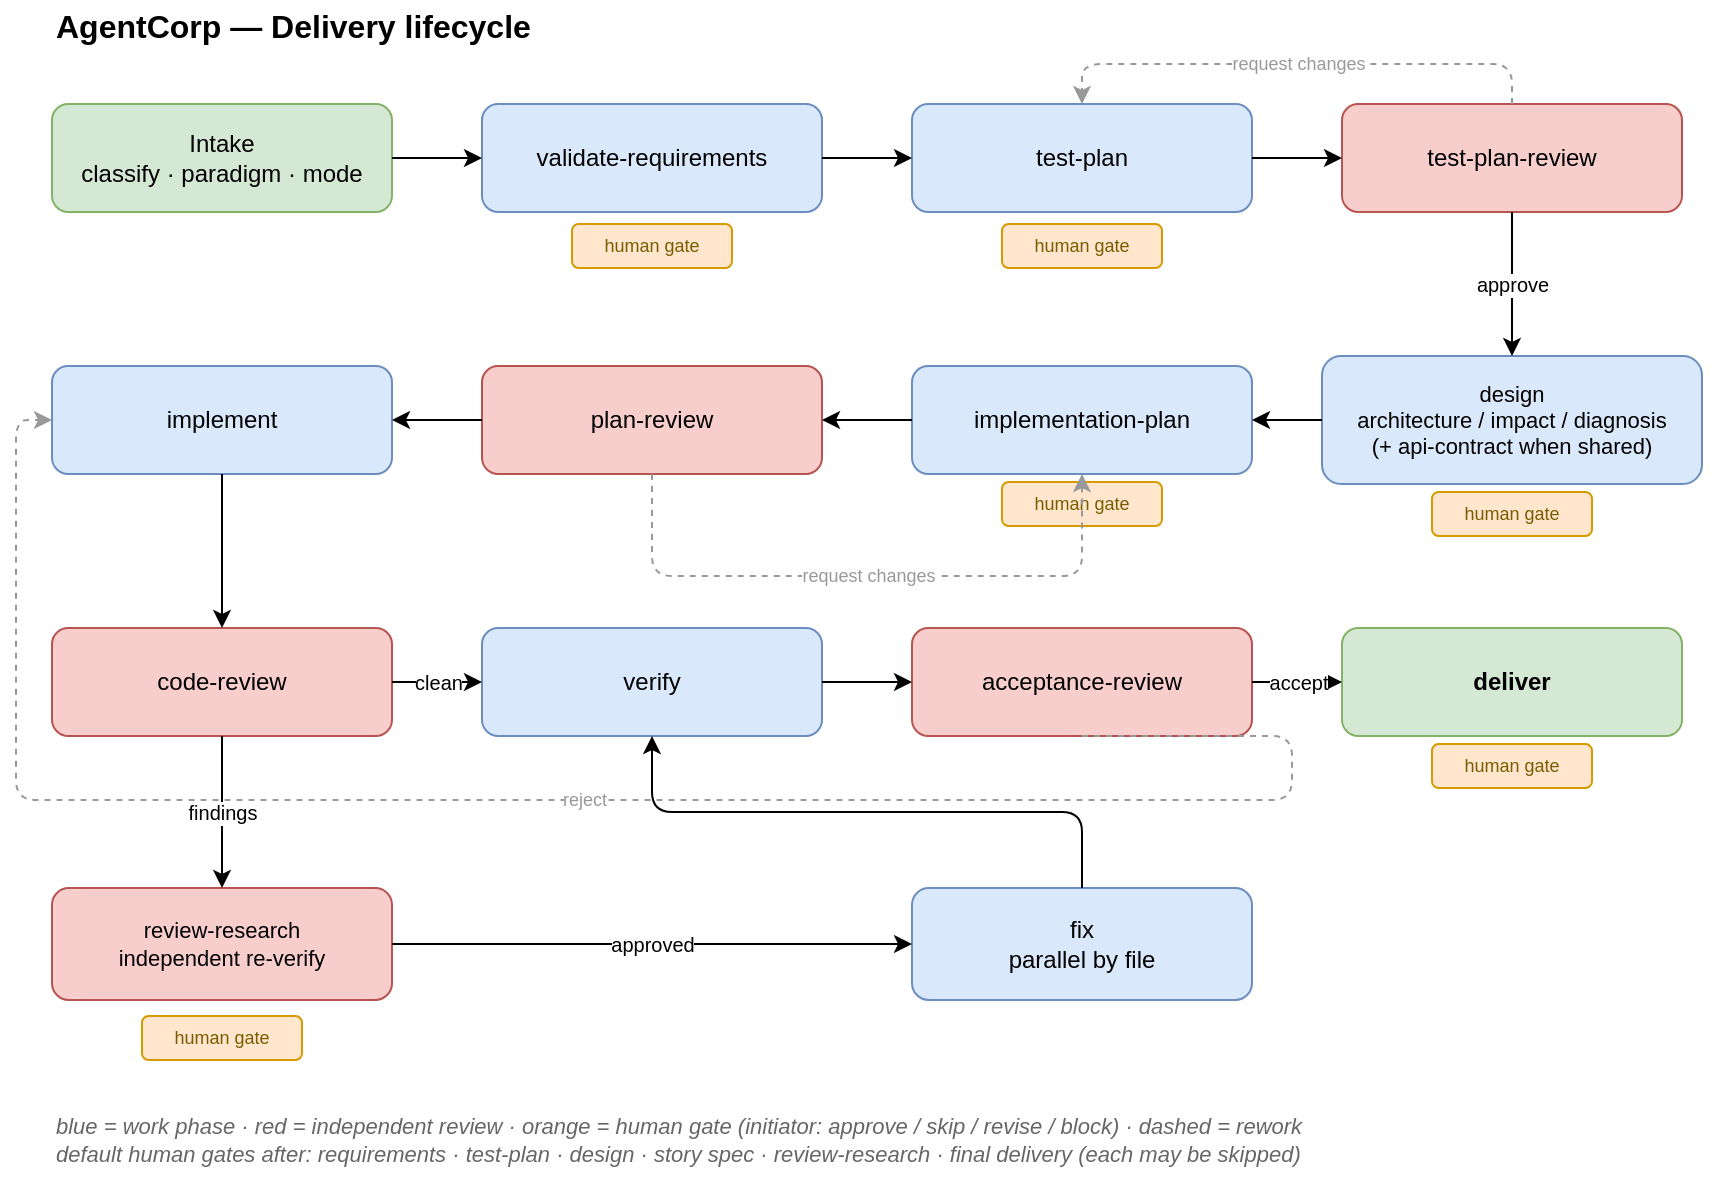
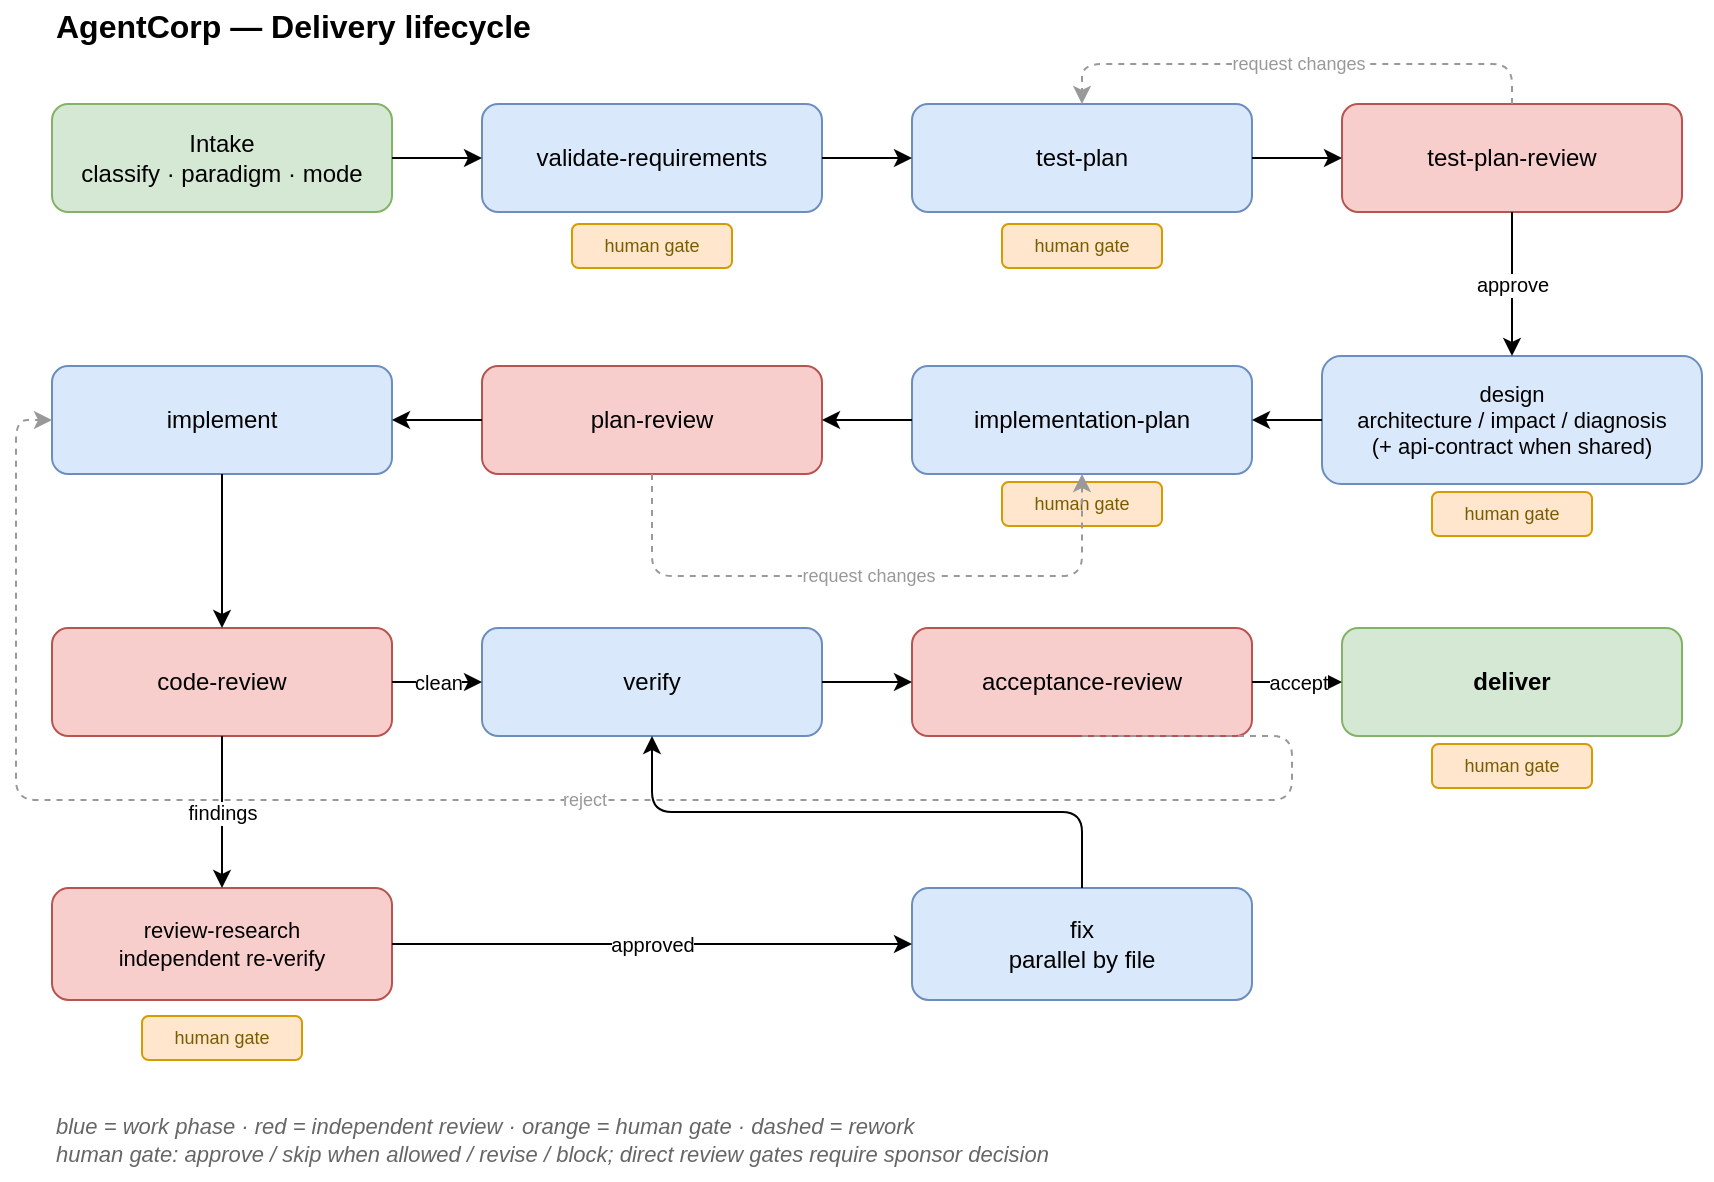
<mxGraphModel dx="900" dy="700" grid="1" gridSize="10" guides="1" tooltips="1" connect="1" arrows="1" fold="1" page="1" pageScale="1" pageWidth="900" pageHeight="610" math="0" shadow="0">
  <root>
    <mxCell id="0"/>
    <mxCell id="1" parent="0"/>
    <mxCell id="title" value="AgentCorp — Delivery lifecycle" style="text;html=1;align=left;verticalAlign=middle;fontSize=16;fontStyle=1;" vertex="1" parent="1"><mxGeometry x="40" y="12" width="500" height="26" as="geometry"/></mxCell>
    <mxCell id="intake" value="Intake&#10;classify · paradigm · mode" style="rounded=1;whiteSpace=wrap;html=1;fillColor=#d5e8d4;strokeColor=#82b366;fontSize=12;" vertex="1" parent="1"><mxGeometry x="40" y="64" width="170" height="54" as="geometry"/></mxCell>
    <mxCell id="req" value="validate-requirements" style="rounded=1;whiteSpace=wrap;html=1;fillColor=#dae8fc;strokeColor=#6c8ebf;fontSize=12;" vertex="1" parent="1"><mxGeometry x="255" y="64" width="170" height="54" as="geometry"/></mxCell>
    <mxCell id="tp" value="test-plan" style="rounded=1;whiteSpace=wrap;html=1;fillColor=#dae8fc;strokeColor=#6c8ebf;fontSize=12;" vertex="1" parent="1"><mxGeometry x="470" y="64" width="170" height="54" as="geometry"/></mxCell>
    <mxCell id="tpr" value="test-plan-review" style="rounded=1;whiteSpace=wrap;html=1;fillColor=#f8cecc;strokeColor=#b85450;fontSize=12;" vertex="1" parent="1"><mxGeometry x="685" y="64" width="170" height="54" as="geometry"/></mxCell>
    <mxCell id="design" value="design&#10;architecture / impact / diagnosis&#10;(+ api-contract when shared)" style="rounded=1;whiteSpace=wrap;html=1;fillColor=#dae8fc;strokeColor=#6c8ebf;fontSize=11;" vertex="1" parent="1"><mxGeometry x="675" y="190" width="190" height="64" as="geometry"/></mxCell>
    <mxCell id="iplan" value="implementation-plan" style="rounded=1;whiteSpace=wrap;html=1;fillColor=#dae8fc;strokeColor=#6c8ebf;fontSize=12;" vertex="1" parent="1"><mxGeometry x="470" y="195" width="170" height="54" as="geometry"/></mxCell>
    <mxCell id="pr" value="plan-review" style="rounded=1;whiteSpace=wrap;html=1;fillColor=#f8cecc;strokeColor=#b85450;fontSize=12;" vertex="1" parent="1"><mxGeometry x="255" y="195" width="170" height="54" as="geometry"/></mxCell>
    <mxCell id="impl" value="implement" style="rounded=1;whiteSpace=wrap;html=1;fillColor=#dae8fc;strokeColor=#6c8ebf;fontSize=12;" vertex="1" parent="1"><mxGeometry x="40" y="195" width="170" height="54" as="geometry"/></mxCell>
    <mxCell id="cr" value="code-review" style="rounded=1;whiteSpace=wrap;html=1;fillColor=#f8cecc;strokeColor=#b85450;fontSize=12;" vertex="1" parent="1"><mxGeometry x="40" y="326" width="170" height="54" as="geometry"/></mxCell>
    <mxCell id="verify" value="verify" style="rounded=1;whiteSpace=wrap;html=1;fillColor=#dae8fc;strokeColor=#6c8ebf;fontSize=12;" vertex="1" parent="1"><mxGeometry x="255" y="326" width="170" height="54" as="geometry"/></mxCell>
    <mxCell id="acc" value="acceptance-review" style="rounded=1;whiteSpace=wrap;html=1;fillColor=#f8cecc;strokeColor=#b85450;fontSize=12;" vertex="1" parent="1"><mxGeometry x="470" y="326" width="170" height="54" as="geometry"/></mxCell>
    <mxCell id="deliver" value="deliver" style="rounded=1;whiteSpace=wrap;html=1;fillColor=#d5e8d4;strokeColor=#82b366;fontSize=12;fontStyle=1;" vertex="1" parent="1"><mxGeometry x="685" y="326" width="170" height="54" as="geometry"/></mxCell>
    <mxCell id="rr" value="review-research&#10;independent re-verify" style="rounded=1;whiteSpace=wrap;html=1;fillColor=#f8cecc;strokeColor=#b85450;fontSize=11;" vertex="1" parent="1"><mxGeometry x="40" y="456" width="170" height="56" as="geometry"/></mxCell>
    <mxCell id="fix" value="fix&#10;parallel by file" style="rounded=1;whiteSpace=wrap;html=1;fillColor=#dae8fc;strokeColor=#6c8ebf;fontSize=12;" vertex="1" parent="1"><mxGeometry x="470" y="456" width="170" height="56" as="geometry"/></mxCell>
    <mxCell id="hgreq" value="human gate" style="rounded=1;whiteSpace=wrap;html=1;fillColor=#ffe6cc;strokeColor=#d79b00;fontSize=9;fontColor=#7a5b00;" vertex="1" parent="1"><mxGeometry x="300" y="124" width="80" height="22" as="geometry"/></mxCell>
    <mxCell id="hgtp" value="human gate" style="rounded=1;whiteSpace=wrap;html=1;fillColor=#ffe6cc;strokeColor=#d79b00;fontSize=9;fontColor=#7a5b00;" vertex="1" parent="1"><mxGeometry x="515" y="124" width="80" height="22" as="geometry"/></mxCell>
    <mxCell id="hgdesign" value="human gate" style="rounded=1;whiteSpace=wrap;html=1;fillColor=#ffe6cc;strokeColor=#d79b00;fontSize=9;fontColor=#7a5b00;" vertex="1" parent="1"><mxGeometry x="730" y="258" width="80" height="22" as="geometry"/></mxCell>
    <mxCell id="hgiplan" value="human gate" style="rounded=1;whiteSpace=wrap;html=1;fillColor=#ffe6cc;strokeColor=#d79b00;fontSize=9;fontColor=#7a5b00;" vertex="1" parent="1"><mxGeometry x="515" y="253" width="80" height="22" as="geometry"/></mxCell>
    <mxCell id="hgdeliver" value="human gate" style="rounded=1;whiteSpace=wrap;html=1;fillColor=#ffe6cc;strokeColor=#d79b00;fontSize=9;fontColor=#7a5b00;" vertex="1" parent="1"><mxGeometry x="730" y="384" width="80" height="22" as="geometry"/></mxCell>
    <mxCell id="hgrr" value="human gate" style="rounded=1;whiteSpace=wrap;html=1;fillColor=#ffe6cc;strokeColor=#d79b00;fontSize=9;fontColor=#7a5b00;" vertex="1" parent="1"><mxGeometry x="85" y="520" width="80" height="22" as="geometry"/></mxCell>
-     <mxCell id="legend" value="blue = work phase   ·   red = independent review   ·   orange = human gate (initiator: approve / skip / revise / block)   ·   dashed = rework&#10;default human gates after: requirements · test-plan · design · story spec · review-research · final delivery (each may be skipped)" style="text;html=1;align=left;verticalAlign=middle;fontSize=11;fontStyle=2;fontColor=#666666;" vertex="1" parent="1"><mxGeometry x="40" y="562" width="830" height="40" as="geometry"/></mxCell>
+     <mxCell id="legend" value="blue = work phase   ·   red = independent review   ·   orange = human gate   ·   dashed = rework&#10;human gate: approve / skip when allowed / revise / block; direct review gates require sponsor decision" style="text;html=1;align=left;verticalAlign=middle;fontSize=11;fontStyle=2;fontColor=#666666;" vertex="1" parent="1"><mxGeometry x="40" y="562" width="830" height="40" as="geometry"/></mxCell>
    <mxCell id="e1" style="edgeStyle=orthogonalEdgeStyle;rounded=1;html=1;endArrow=classic;exitX=1;exitY=0.5;entryX=0;entryY=0.5;" edge="1" parent="1" source="intake" target="req"><mxGeometry relative="1" as="geometry"/></mxCell>
    <mxCell id="e2" style="edgeStyle=orthogonalEdgeStyle;rounded=1;html=1;endArrow=classic;exitX=1;exitY=0.5;entryX=0;entryY=0.5;" edge="1" parent="1" source="req" target="tp"><mxGeometry relative="1" as="geometry"/></mxCell>
    <mxCell id="e3" style="edgeStyle=orthogonalEdgeStyle;rounded=1;html=1;endArrow=classic;exitX=1;exitY=0.5;entryX=0;entryY=0.5;" edge="1" parent="1" source="tp" target="tpr"><mxGeometry relative="1" as="geometry"/></mxCell>
    <mxCell id="e4" value="approve" style="edgeStyle=orthogonalEdgeStyle;rounded=1;html=1;endArrow=classic;exitX=0.5;exitY=1;entryX=0.5;entryY=0;fontSize=10;" edge="1" parent="1" source="tpr" target="design"><mxGeometry relative="1" as="geometry"/></mxCell>
    <mxCell id="e5" style="edgeStyle=orthogonalEdgeStyle;rounded=1;html=1;endArrow=classic;exitX=0;exitY=0.5;entryX=1;entryY=0.5;" edge="1" parent="1" source="design" target="iplan"><mxGeometry relative="1" as="geometry"/></mxCell>
    <mxCell id="e6" style="edgeStyle=orthogonalEdgeStyle;rounded=1;html=1;endArrow=classic;exitX=0;exitY=0.5;entryX=1;entryY=0.5;" edge="1" parent="1" source="iplan" target="pr"><mxGeometry relative="1" as="geometry"/></mxCell>
    <mxCell id="e7" style="edgeStyle=orthogonalEdgeStyle;rounded=1;html=1;endArrow=classic;exitX=0;exitY=0.5;entryX=1;entryY=0.5;" edge="1" parent="1" source="pr" target="impl"><mxGeometry relative="1" as="geometry"/></mxCell>
    <mxCell id="e8" style="edgeStyle=orthogonalEdgeStyle;rounded=1;html=1;endArrow=classic;exitX=0.5;exitY=1;entryX=0.5;entryY=0;" edge="1" parent="1" source="impl" target="cr"><mxGeometry relative="1" as="geometry"/></mxCell>
    <mxCell id="e9" value="clean" style="edgeStyle=orthogonalEdgeStyle;rounded=1;html=1;endArrow=classic;exitX=1;exitY=0.5;entryX=0;entryY=0.5;fontSize=10;" edge="1" parent="1" source="cr" target="verify"><mxGeometry relative="1" as="geometry"/></mxCell>
    <mxCell id="e10" style="edgeStyle=orthogonalEdgeStyle;rounded=1;html=1;endArrow=classic;exitX=1;exitY=0.5;entryX=0;entryY=0.5;" edge="1" parent="1" source="verify" target="acc"><mxGeometry relative="1" as="geometry"/></mxCell>
    <mxCell id="e11" value="accept" style="edgeStyle=orthogonalEdgeStyle;rounded=1;html=1;endArrow=classic;exitX=1;exitY=0.5;entryX=0;entryY=0.5;fontSize=10;" edge="1" parent="1" source="acc" target="deliver"><mxGeometry relative="1" as="geometry"/></mxCell>
    <mxCell id="e12" value="findings" style="edgeStyle=orthogonalEdgeStyle;rounded=1;html=1;endArrow=classic;exitX=0.5;exitY=1;entryX=0.5;entryY=0;fontSize=10;" edge="1" parent="1" source="cr" target="rr"><mxGeometry relative="1" as="geometry"/></mxCell>
    <mxCell id="e13" value="approved" style="edgeStyle=orthogonalEdgeStyle;rounded=1;html=1;endArrow=classic;exitX=1;exitY=0.5;entryX=0;entryY=0.5;fontSize=10;" edge="1" parent="1" source="rr" target="fix"><mxGeometry relative="1" as="geometry"/></mxCell>
    <mxCell id="e15" style="edgeStyle=orthogonalEdgeStyle;rounded=1;html=1;endArrow=classic;exitX=0.5;exitY=0;entryX=0.5;entryY=1;" edge="1" parent="1" source="fix" target="verify"><mxGeometry relative="1" as="geometry"/></mxCell>
    <mxCell id="l1" value="request changes" style="edgeStyle=orthogonalEdgeStyle;rounded=1;html=1;endArrow=classic;dashed=1;strokeColor=#999999;fontColor=#999999;exitX=0.5;exitY=0;entryX=0.5;entryY=0;fontSize=9;" edge="1" parent="1" source="tpr" target="tp"><mxGeometry relative="1" as="geometry"><Array as="points"><mxPoint x="770" y="44"/><mxPoint x="555" y="44"/></Array></mxGeometry></mxCell>
    <mxCell id="l2" value="request changes" style="edgeStyle=orthogonalEdgeStyle;rounded=1;html=1;endArrow=classic;dashed=1;strokeColor=#999999;fontColor=#999999;exitX=0.5;exitY=1;entryX=0.5;entryY=1;fontSize=9;" edge="1" parent="1" source="pr" target="iplan"><mxGeometry relative="1" as="geometry"><Array as="points"><mxPoint x="340" y="300"/><mxPoint x="555" y="300"/></Array></mxGeometry></mxCell>
    <mxCell id="l3" value="reject" style="edgeStyle=orthogonalEdgeStyle;rounded=1;html=1;endArrow=classic;dashed=1;strokeColor=#999999;fontColor=#999999;exitX=0.5;exitY=1;entryX=0;entryY=0.5;fontSize=9;" edge="1" parent="1" source="acc" target="impl"><mxGeometry relative="1" as="geometry"><Array as="points"><mxPoint x="660" y="412"/><mxPoint x="22" y="412"/><mxPoint x="22" y="222"/></Array></mxGeometry></mxCell>
  </root>
- </mxGraphModel>+ </mxGraphModel>
